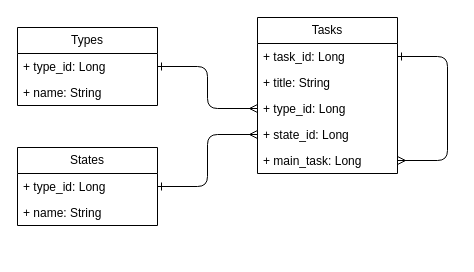
The draw.io diagram page "Entidad Relacion" (2 of 3) of UML.drawio in Miguel52CF/Task_Manager, before the edit. Source tidied: cells renumbered, new cells numbered last; positions are measured from the earlier drawing's top-left corner, leaving out a move shared by most shapes. Both pictures are drawn from the tidied source at 100%, with x=0, y=0 at pixel (17, 17).
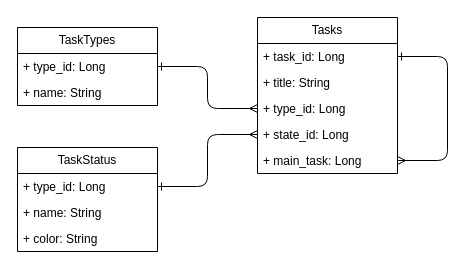
Above is the later version.

Diff of the diagram source:
```diff
@@
 <mxGraphModel>
   <root>
     <mxCell id="0" />
     <mxCell id="1" parent="0" />
-    <mxCell id="2" value="Types" style="swimlane;fontStyle=0;horizontal=1;startSize=26;fillColor=none;whiteSpace=wrap;html=1;" parent="1" vertex="1">
+    <mxCell id="2" value="TaskTypes" style="swimlane;fontStyle=0;horizontal=1;startSize=26;fillColor=none;whiteSpace=wrap;html=1;" parent="1" vertex="1">
       <mxGeometry y="10" width="140" height="78" as="geometry" />
     </mxCell>
     <mxCell id="3" value="+ type_id: Long" style="text;strokeColor=none;fillColor=none;align=left;verticalAlign=top;spacingLeft=4;spacingRight=4;overflow=hidden;points=[[0,0.5],[1,0.5]];portConstraint=eastwest;whiteSpace=wrap;html=1;" parent="2" vertex="1">
       <mxGeometry y="26" width="140" height="26" as="geometry" />
     </mxCell>
     <mxCell id="4" value="+ name: String" style="text;strokeColor=none;fillColor=none;align=left;verticalAlign=top;spacingLeft=4;spacingRight=4;overflow=hidden;whiteSpace=wrap;html=1;" parent="2" vertex="1">
       <mxGeometry y="52" width="140" height="26" as="geometry" />
     </mxCell>
     <mxCell id="5" value="Tasks" style="swimlane;fontStyle=0;horizontal=1;startSize=26;fillColor=none;whiteSpace=wrap;html=1;" parent="1" vertex="1">
       <mxGeometry x="240" width="140" height="156" as="geometry" />
     </mxCell>
     <mxCell id="6" style="edgeStyle=orthogonalEdgeStyle;html=1;exitX=1;exitY=0.5;exitDx=0;exitDy=0;entryX=1;entryY=0.5;entryDx=0;entryDy=0;endArrow=ERmany;endFill=0;startArrow=ERone;startFill=0;" parent="5" edge="1" source="7" target="11">
       <mxGeometry relative="1" as="geometry">
         <Array as="points">
           <mxPoint x="190" y="39" />
           <mxPoint x="190" y="143" />
         </Array>
       </mxGeometry>
     </mxCell>
     <mxCell id="7" value="+ task_id: Long" style="text;strokeColor=none;fillColor=none;align=left;verticalAlign=top;spacingLeft=4;spacingRight=4;overflow=hidden;points=[[0,0.5],[1,0.5]];portConstraint=eastwest;whiteSpace=wrap;html=1;" parent="5" vertex="1">
       <mxGeometry y="26" width="140" height="26" as="geometry" />
     </mxCell>
     <mxCell id="8" value="+ title: String" style="text;strokeColor=none;fillColor=none;align=left;verticalAlign=top;spacingLeft=4;spacingRight=4;overflow=hidden;whiteSpace=wrap;html=1;" parent="5" vertex="1">
       <mxGeometry y="52" width="140" height="26" as="geometry" />
     </mxCell>
     <mxCell id="9" value="+ type_id: Long" style="text;strokeColor=none;fillColor=none;align=left;verticalAlign=top;spacingLeft=4;spacingRight=4;overflow=hidden;points=[[0,0.5],[1,0.5]];portConstraint=eastwest;whiteSpace=wrap;html=1;" parent="5" vertex="1">
       <mxGeometry y="78" width="140" height="26" as="geometry" />
     </mxCell>
     <mxCell id="10" value="+ state_id: Long" style="text;strokeColor=none;fillColor=none;align=left;verticalAlign=top;spacingLeft=4;spacingRight=4;overflow=hidden;points=[[0,0.5],[1,0.5]];portConstraint=eastwest;whiteSpace=wrap;html=1;" parent="5" vertex="1">
       <mxGeometry y="104" width="140" height="26" as="geometry" />
     </mxCell>
     <mxCell id="11" value="+ main_task: Long" style="text;strokeColor=none;fillColor=none;align=left;verticalAlign=top;spacingLeft=4;spacingRight=4;overflow=hidden;points=[[0,0.5],[1,0.5]];portConstraint=eastwest;whiteSpace=wrap;html=1;" parent="5" vertex="1">
       <mxGeometry y="130" width="140" height="26" as="geometry" />
     </mxCell>
-    <mxCell id="12" value="States" style="swimlane;fontStyle=0;horizontal=1;startSize=26;fillColor=none;whiteSpace=wrap;html=1;" parent="1" vertex="1">
-      <mxGeometry y="130" width="140" height="78" as="geometry" />
+    <mxCell id="12" value="&lt;span style=&quot;color: rgb(0, 0, 0);&quot;&gt;TaskStatus&lt;/span&gt;" style="swimlane;fontStyle=0;horizontal=1;startSize=26;fillColor=none;whiteSpace=wrap;html=1;" parent="1" vertex="1">
+      <mxGeometry y="130" width="140" height="104" as="geometry" />
     </mxCell>
     <mxCell id="13" value="+ type_id: Long" style="text;strokeColor=none;fillColor=none;align=left;verticalAlign=top;spacingLeft=4;spacingRight=4;overflow=hidden;points=[[0,0.5],[1,0.5]];portConstraint=eastwest;whiteSpace=wrap;html=1;" parent="12" vertex="1">
       <mxGeometry y="26" width="140" height="26" as="geometry" />
     </mxCell>
     <mxCell id="14" value="+ name: String" style="text;strokeColor=none;fillColor=none;align=left;verticalAlign=top;spacingLeft=4;spacingRight=4;overflow=hidden;whiteSpace=wrap;html=1;" parent="12" vertex="1">
       <mxGeometry y="52" width="140" height="26" as="geometry" />
     </mxCell>
+    <mxCell id="17" value="+ color: String" style="text;strokeColor=none;fillColor=none;align=left;verticalAlign=top;spacingLeft=4;spacingRight=4;overflow=hidden;whiteSpace=wrap;html=1;" parent="12" vertex="1">
+      <mxGeometry y="78" width="140" height="26" as="geometry" />
+    </mxCell>
     <mxCell id="15" style="edgeStyle=elbowEdgeStyle;html=1;exitX=1;exitY=0.5;exitDx=0;exitDy=0;entryX=0;entryY=0.5;entryDx=0;entryDy=0;endArrow=ERmany;endFill=0;startArrow=ERone;startFill=0;" parent="1" edge="1" source="3" target="9">
       <mxGeometry relative="1" as="geometry" />
     </mxCell>
     <mxCell id="16" style="edgeStyle=orthogonalEdgeStyle;html=1;exitX=1;exitY=0.5;exitDx=0;exitDy=0;entryX=0;entryY=0.5;entryDx=0;entryDy=0;startArrow=ERone;startFill=0;endArrow=ERmany;endFill=0;" parent="1" edge="1" source="13" target="10">
       <mxGeometry relative="1" as="geometry" />
     </mxCell>
   </root>
 </mxGraphModel>
```
